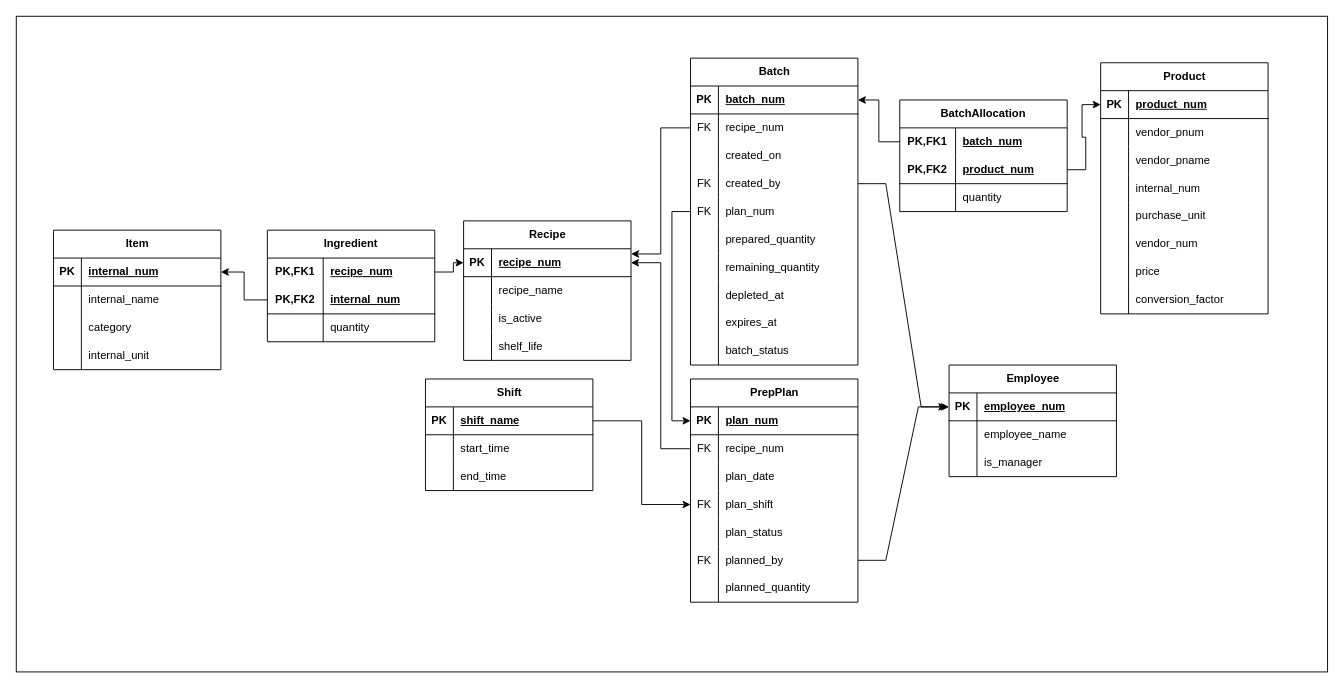
Earlier version of the draw.io diagram Documentation/Diagrams/recipe_system.drawio (00jeremy00/Food_Inventory). Source tidied: cells renumbered, new cells numbered last; positions are measured from the earlier drawing's top-left corner, leaving out a move shared by most shapes. Both pictures are drawn from the tidied source at 93%, with x=0, y=0 at pixel (16, 16).
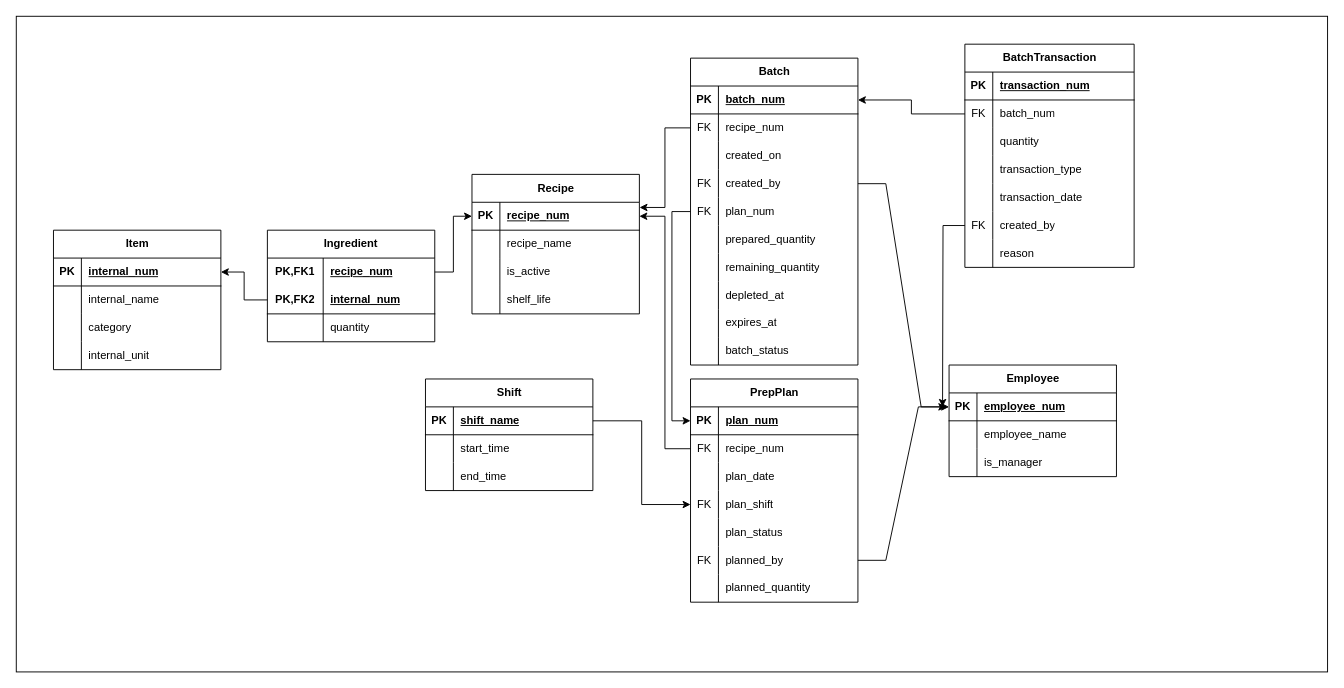
The same page after the edit.

Commit message (it also covers changes not shown here):
updated diagrams to have yield and recipe units

The change refers to these unchanged cells:
```xml
<mxCell id="82" style="shape=tableRow;horizontal=0;startSize=0;swimlaneHead=0;swimlaneBody=0;fillColor=none;points=[[0,0.5],[1,0.5]];portConstraint=eastwest;top=0;left=0;right=0;bottom=1;swimlaneLine=1;" parent="81" vertex="1">
  <mxGeometry y="30" width="180" height="30" as="geometry" />
</mxCell>
```

Change to the diagram source:
```diff
@@
     <mxCell id="13" value="Recipe" style="shape=table;startSize=30;childLayout=tableLayout;rowLines=0;fontStyle=1;align=center;html=1;swimlaneLine=1;" parent="1" vertex="1">
-      <mxGeometry x="481" y="220" width="180" height="150" as="geometry" />
+      <mxGeometry x="490" y="170" width="180" height="150" as="geometry" />
     </mxCell>
@@
-    <mxCell id="112" value="Product" style="shape=table;startSize=30;childLayout=tableLayout;rowLines=0;fontStyle=1;align=center;html=1;swimlaneLine=1;" parent="1" vertex="1">
-      <mxGeometry x="1166" y="50" width="180" height="270" as="geometry" />
-    </mxCell>
-    <mxCell id="113" style="shape=tableRow;horizontal=0;startSize=0;swimlaneHead=0;swimlaneBody=0;fillColor=none;points=[[0,0.5],[1,0.5]];portConstraint=eastwest;top=0;left=0;right=0;bottom=1;swimlaneLine=1;" parent="112" vertex="1">
-      <mxGeometry y="30" width="180" height="30" as="geometry" />
-    </mxCell>
-    <mxCell id="114" value="PK" style="shape=partialRectangle;fillColor=none;top=0;left=0;bottom=0;right=0;fontStyle=1;overflow=hidden;whiteSpace=wrap;html=1;swimlaneLine=1;" parent="113" vertex="1">
-      <mxGeometry width="30" height="30" as="geometry" />
-    </mxCell>
-    <mxCell id="115" value="product_num" style="shape=partialRectangle;fillColor=none;top=0;left=0;bottom=0;right=0;align=left;spacingLeft=6;fontStyle=5;overflow=hidden;whiteSpace=wrap;html=1;swimlaneLine=1;" parent="113" vertex="1">
-      <mxGeometry x="30" width="150" height="30" as="geometry" />
-    </mxCell>
-    <mxCell id="116" style="shape=tableRow;horizontal=0;startSize=0;swimlaneHead=0;swimlaneBody=0;fillColor=none;top=0;left=0;right=0;bottom=0;swimlaneLine=1;" parent="112" vertex="1">
-      <mxGeometry y="60" width="180" height="30" as="geometry" />
-    </mxCell>
-    <mxCell id="117" style="shape=partialRectangle;fillColor=none;top=0;left=0;bottom=0;right=0;overflow=hidden;whiteSpace=wrap;html=1;swimlaneLine=1;" parent="116" vertex="1">
-      <mxGeometry width="30" height="30" as="geometry" />
-    </mxCell>
-    <mxCell id="118" value="vendor_pnum" style="shape=partialRectangle;fillColor=none;top=0;left=0;bottom=0;right=0;align=left;spacingLeft=6;overflow=hidden;whiteSpace=wrap;html=1;swimlaneLine=1;" parent="116" vertex="1">
-      <mxGeometry x="30" width="150" height="30" as="geometry" />
-    </mxCell>
-    <mxCell id="119" style="shape=tableRow;horizontal=0;startSize=0;swimlaneHead=0;swimlaneBody=0;fillColor=none;top=0;left=0;right=0;bottom=0;swimlaneLine=1;" parent="112" vertex="1">
-      <mxGeometry y="90" width="180" height="30" as="geometry" />
-    </mxCell>
-    <mxCell id="120" style="shape=partialRectangle;fillColor=none;top=0;left=0;bottom=0;right=0;overflow=hidden;whiteSpace=wrap;html=1;swimlaneLine=1;" parent="119" vertex="1">
-      <mxGeometry width="30" height="30" as="geometry" />
-    </mxCell>
-    <mxCell id="121" value="vendor_pname" style="shape=partialRectangle;fillColor=none;top=0;left=0;bottom=0;right=0;align=left;spacingLeft=6;overflow=hidden;whiteSpace=wrap;html=1;swimlaneLine=1;" parent="119" vertex="1">
-      <mxGeometry x="30" width="150" height="30" as="geometry" />
-    </mxCell>
-    <mxCell id="122" style="shape=tableRow;horizontal=0;startSize=0;swimlaneHead=0;swimlaneBody=0;fillColor=none;top=0;left=0;right=0;bottom=0;swimlaneLine=1;" parent="112" vertex="1">
-      <mxGeometry y="120" width="180" height="30" as="geometry" />
-    </mxCell>
-    <mxCell id="123" style="shape=partialRectangle;fillColor=none;top=0;left=0;bottom=0;right=0;overflow=hidden;whiteSpace=wrap;html=1;swimlaneLine=1;" parent="122" vertex="1">
-      <mxGeometry width="30" height="30" as="geometry" />
-    </mxCell>
-    <mxCell id="124" value="internal_num" style="shape=partialRectangle;fillColor=none;top=0;left=0;bottom=0;right=0;align=left;spacingLeft=6;overflow=hidden;whiteSpace=wrap;html=1;swimlaneLine=1;" parent="122" vertex="1">
-      <mxGeometry x="30" width="150" height="30" as="geometry" />
-    </mxCell>
-    <mxCell id="125" style="shape=tableRow;horizontal=0;startSize=0;swimlaneHead=0;swimlaneBody=0;fillColor=none;top=0;left=0;right=0;bottom=0;swimlaneLine=1;" parent="112" vertex="1">
-      <mxGeometry y="150" width="180" height="30" as="geometry" />
-    </mxCell>
-    <mxCell id="126" style="shape=partialRectangle;fillColor=none;top=0;left=0;bottom=0;right=0;overflow=hidden;whiteSpace=wrap;html=1;swimlaneLine=1;" parent="125" vertex="1">
-      <mxGeometry width="30" height="30" as="geometry" />
-    </mxCell>
-    <mxCell id="127" value="purchase_unit" style="shape=partialRectangle;fillColor=none;top=0;left=0;bottom=0;right=0;align=left;spacingLeft=6;overflow=hidden;whiteSpace=wrap;html=1;swimlaneLine=1;" parent="125" vertex="1">
-      <mxGeometry x="30" width="150" height="30" as="geometry" />
-    </mxCell>
-    <mxCell id="128" style="shape=tableRow;horizontal=0;startSize=0;swimlaneHead=0;swimlaneBody=0;fillColor=none;top=0;left=0;right=0;bottom=0;swimlaneLine=1;" parent="112" vertex="1">
-      <mxGeometry y="180" width="180" height="30" as="geometry" />
-    </mxCell>
-    <mxCell id="129" style="shape=partialRectangle;fillColor=none;top=0;left=0;bottom=0;right=0;overflow=hidden;whiteSpace=wrap;html=1;swimlaneLine=1;" parent="128" vertex="1">
-      <mxGeometry width="30" height="30" as="geometry" />
-    </mxCell>
-    <mxCell id="130" value="vendor_num" style="shape=partialRectangle;fillColor=none;top=0;left=0;bottom=0;right=0;align=left;spacingLeft=6;overflow=hidden;whiteSpace=wrap;html=1;swimlaneLine=1;" parent="128" vertex="1">
-      <mxGeometry x="30" width="150" height="30" as="geometry" />
-    </mxCell>
-    <mxCell id="131" style="shape=tableRow;horizontal=0;startSize=0;swimlaneHead=0;swimlaneBody=0;fillColor=none;top=0;left=0;right=0;bottom=0;swimlaneLine=1;" parent="112" vertex="1">
-      <mxGeometry y="210" width="180" height="30" as="geometry" />
-    </mxCell>
-    <mxCell id="132" style="shape=partialRectangle;fillColor=none;top=0;left=0;bottom=0;right=0;overflow=hidden;whiteSpace=wrap;html=1;swimlaneLine=1;" parent="131" vertex="1">
-      <mxGeometry width="30" height="30" as="geometry" />
-    </mxCell>
-    <mxCell id="133" value="price" style="shape=partialRectangle;fillColor=none;top=0;left=0;bottom=0;right=0;align=left;spacingLeft=6;overflow=hidden;whiteSpace=wrap;html=1;swimlaneLine=1;" parent="131" vertex="1">
-      <mxGeometry x="30" width="150" height="30" as="geometry" />
-    </mxCell>
-    <mxCell id="134" style="shape=tableRow;horizontal=0;startSize=0;swimlaneHead=0;swimlaneBody=0;fillColor=none;top=0;left=0;right=0;bottom=0;swimlaneLine=1;" parent="112" vertex="1">
-      <mxGeometry y="240" width="180" height="30" as="geometry" />
-    </mxCell>
-    <mxCell id="135" style="shape=partialRectangle;fillColor=none;top=0;left=0;bottom=0;right=0;overflow=hidden;whiteSpace=wrap;html=1;swimlaneLine=1;" parent="134" vertex="1">
-      <mxGeometry width="30" height="30" as="geometry" />
-    </mxCell>
-    <mxCell id="136" value="conversion_factor" style="shape=partialRectangle;fillColor=none;top=0;left=0;bottom=0;right=0;align=left;spacingLeft=6;overflow=hidden;whiteSpace=wrap;html=1;swimlaneLine=1;" parent="134" vertex="1">
-      <mxGeometry x="30" width="150" height="30" as="geometry" />
-    </mxCell>
@@
-    <mxCell id="144" value="BatchAllocation" style="shape=table;startSize=30;childLayout=tableLayout;rowLines=0;fontStyle=1;align=center;html=1;whiteSpace=wrap;" parent="1" vertex="1">
-      <mxGeometry x="950" y="90" width="180" height="120" as="geometry" />
-    </mxCell>
-    <mxCell id="145" style="shape=tableRow;horizontal=0;startSize=0;swimlaneHead=0;swimlaneBody=0;fillColor=none;points=[[0,0.5],[1,0.5]];portConstraint=eastwest;top=0;left=0;right=0;bottom=0;html=1;" parent="144" vertex="1">
-      <mxGeometry y="30" width="180" height="30" as="geometry" />
-    </mxCell>
-    <mxCell id="146" value="PK,FK1" style="shape=partialRectangle;fillColor=none;top=0;left=0;bottom=0;right=0;fontStyle=1;overflow=hidden;html=1;whiteSpace=wrap;" parent="145" vertex="1">
-      <mxGeometry width="60" height="30" as="geometry" />
-    </mxCell>
-    <mxCell id="147" value="batch_num" style="shape=partialRectangle;fillColor=none;top=0;left=0;bottom=0;right=0;align=left;spacingLeft=6;fontStyle=5;overflow=hidden;html=1;whiteSpace=wrap;" parent="145" vertex="1">
-      <mxGeometry x="60" width="120" height="30" as="geometry" />
-    </mxCell>
-    <mxCell id="148" style="shape=tableRow;horizontal=0;startSize=0;swimlaneHead=0;swimlaneBody=0;fillColor=none;points=[[0,0.5],[1,0.5]];portConstraint=eastwest;top=0;left=0;right=0;bottom=1;html=1;" parent="144" vertex="1">
-      <mxGeometry y="60" width="180" height="30" as="geometry" />
-    </mxCell>
-    <mxCell id="149" value="PK,FK2" style="shape=partialRectangle;fillColor=none;top=0;left=0;bottom=0;right=0;fontStyle=1;overflow=hidden;html=1;whiteSpace=wrap;" parent="148" vertex="1">
-      <mxGeometry width="60" height="30" as="geometry" />
-    </mxCell>
-    <mxCell id="150" value="product_num" style="shape=partialRectangle;fillColor=none;top=0;left=0;bottom=0;right=0;align=left;spacingLeft=6;fontStyle=5;overflow=hidden;html=1;whiteSpace=wrap;" parent="148" vertex="1">
-      <mxGeometry x="60" width="120" height="30" as="geometry" />
-    </mxCell>
-    <mxCell id="151" style="shape=tableRow;horizontal=0;startSize=0;swimlaneHead=0;swimlaneBody=0;fillColor=none;top=0;left=0;right=0;bottom=0;html=1;" parent="144" vertex="1">
-      <mxGeometry y="90" width="180" height="30" as="geometry" />
-    </mxCell>
-    <mxCell id="152" style="shape=partialRectangle;fillColor=none;top=0;left=0;bottom=0;right=0;overflow=hidden;html=1;whiteSpace=wrap;" parent="151" vertex="1">
-      <mxGeometry width="60" height="30" as="geometry" />
-    </mxCell>
-    <mxCell id="153" value="quantity" style="shape=partialRectangle;fillColor=none;top=0;left=0;bottom=0;right=0;align=left;spacingLeft=6;overflow=hidden;html=1;whiteSpace=wrap;" parent="151" vertex="1">
-      <mxGeometry x="60" width="120" height="30" as="geometry" />
-    </mxCell>
-    <mxCell id="154" style="edgeStyle=orthogonalEdgeStyle;rounded=0;jettySize=auto;html=1;exitX=0;exitY=0.5;exitDx=0;exitDy=0;entryX=1;entryY=0.5;entryDx=0;entryDy=0;" parent="1" edge="1" source="145" target="82">
-      <mxGeometry relative="1" as="geometry" />
-    </mxCell>
-    <mxCell id="155" style="edgeStyle=orthogonalEdgeStyle;rounded=0;jettySize=auto;html=1;exitX=1;exitY=0.5;exitDx=0;exitDy=0;entryX=0;entryY=0.5;entryDx=0;entryDy=0;" parent="1" edge="1" source="148" target="113">
-      <mxGeometry relative="1" as="geometry" />
-    </mxCell>
@@
+    <mxCell id="158" value="BatchTransaction" style="shape=table;startSize=30;childLayout=tableLayout;rowLines=0;fontStyle=1;align=center;html=1;swimlaneLine=1;" parent="1" vertex="1">
+      <mxGeometry x="1020" y="30" width="182" height="240" as="geometry" />
+    </mxCell>
+    <mxCell id="159" style="shape=tableRow;horizontal=0;startSize=0;swimlaneHead=0;swimlaneBody=0;fillColor=none;top=0;left=0;right=0;bottom=1;swimlaneLine=1;" parent="158" vertex="1">
+      <mxGeometry y="30" width="182" height="30" as="geometry" />
+    </mxCell>
+    <mxCell id="114" value="PK" style="shape=partialRectangle;fillColor=none;top=0;left=0;bottom=0;right=0;fontStyle=1;overflow=hidden;whiteSpace=wrap;html=1;swimlaneLine=1;" parent="159" vertex="1">
+      <mxGeometry width="30" height="30" as="geometry" />
+    </mxCell>
+    <mxCell id="160" value="transaction_num" style="shape=partialRectangle;fillColor=none;top=0;left=0;bottom=0;right=0;align=left;spacingLeft=6;fontStyle=5;overflow=hidden;whiteSpace=wrap;html=1;swimlaneLine=1;" parent="159" vertex="1">
+      <mxGeometry x="30" width="152" height="30" as="geometry" />
+    </mxCell>
+    <mxCell id="161" style="shape=tableRow;horizontal=0;startSize=0;swimlaneHead=0;swimlaneBody=0;fillColor=none;points=[[0,0.5],[1,0.5]];portConstraint=eastwest;top=0;left=0;right=0;bottom=0;swimlaneLine=1;" parent="158" vertex="1">
+      <mxGeometry y="60" width="182" height="30" as="geometry" />
+    </mxCell>
+    <mxCell id="162" value="FK" style="shape=partialRectangle;fillColor=none;top=0;left=0;bottom=0;right=0;overflow=hidden;whiteSpace=wrap;html=1;swimlaneLine=1;" parent="161" vertex="1">
+      <mxGeometry width="30" height="30" as="geometry" />
+    </mxCell>
+    <mxCell id="147" value="batch_num" style="shape=partialRectangle;fillColor=none;top=0;left=0;bottom=0;right=0;align=left;spacingLeft=6;overflow=hidden;whiteSpace=wrap;html=1;swimlaneLine=1;" parent="161" vertex="1">
+      <mxGeometry x="30" width="152" height="30" as="geometry" />
+    </mxCell>
+    <mxCell id="163" style="shape=tableRow;horizontal=0;startSize=0;swimlaneHead=0;swimlaneBody=0;fillColor=none;top=0;left=0;right=0;bottom=0;swimlaneLine=1;" parent="158" vertex="1">
+      <mxGeometry y="90" width="182" height="30" as="geometry" />
+    </mxCell>
+    <mxCell id="164" style="shape=partialRectangle;fillColor=none;top=0;left=0;bottom=0;right=0;overflow=hidden;whiteSpace=wrap;html=1;swimlaneLine=1;" parent="163" vertex="1">
+      <mxGeometry width="30" height="30" as="geometry" />
+    </mxCell>
+    <mxCell id="153" value="quantity" style="shape=partialRectangle;fillColor=none;top=0;left=0;bottom=0;right=0;align=left;spacingLeft=6;overflow=hidden;whiteSpace=wrap;html=1;swimlaneLine=1;" parent="163" vertex="1">
+      <mxGeometry x="30" width="152" height="30" as="geometry" />
+    </mxCell>
+    <mxCell id="165" style="shape=tableRow;horizontal=0;startSize=0;swimlaneHead=0;swimlaneBody=0;fillColor=none;top=0;left=0;right=0;bottom=0;swimlaneLine=1;" parent="158" vertex="1">
+      <mxGeometry y="120" width="182" height="30" as="geometry" />
+    </mxCell>
+    <mxCell id="166" style="shape=partialRectangle;fillColor=none;top=0;left=0;bottom=0;right=0;overflow=hidden;whiteSpace=wrap;html=1;swimlaneLine=1;" parent="165" vertex="1">
+      <mxGeometry width="30" height="30" as="geometry" />
+    </mxCell>
+    <mxCell id="167" value="transaction_type" style="shape=partialRectangle;fillColor=none;top=0;left=0;bottom=0;right=0;align=left;spacingLeft=6;overflow=hidden;whiteSpace=wrap;html=1;swimlaneLine=1;" parent="165" vertex="1">
+      <mxGeometry x="30" width="152" height="30" as="geometry" />
+    </mxCell>
+    <mxCell id="168" style="shape=tableRow;horizontal=0;startSize=0;swimlaneHead=0;swimlaneBody=0;fillColor=none;top=0;left=0;right=0;bottom=0;swimlaneLine=1;" parent="158" vertex="1">
+      <mxGeometry y="150" width="182" height="30" as="geometry" />
+    </mxCell>
+    <mxCell id="169" style="shape=partialRectangle;fillColor=none;top=0;left=0;bottom=0;right=0;overflow=hidden;whiteSpace=wrap;html=1;swimlaneLine=1;" parent="168" vertex="1">
+      <mxGeometry width="30" height="30" as="geometry" />
+    </mxCell>
+    <mxCell id="170" value="transaction_date" style="shape=partialRectangle;fillColor=none;top=0;left=0;bottom=0;right=0;align=left;spacingLeft=6;overflow=hidden;whiteSpace=wrap;html=1;swimlaneLine=1;" parent="168" vertex="1">
+      <mxGeometry x="30" width="152" height="30" as="geometry" />
+    </mxCell>
+    <mxCell id="171" style="shape=tableRow;horizontal=0;startSize=0;swimlaneHead=0;swimlaneBody=0;fillColor=none;points=[[0,0.5],[1,0.5]];portConstraint=eastwest;top=0;left=0;right=0;bottom=0;swimlaneLine=1;" parent="158" vertex="1">
+      <mxGeometry y="180" width="182" height="30" as="geometry" />
+    </mxCell>
+    <mxCell id="172" value="FK" style="shape=partialRectangle;fillColor=none;top=0;left=0;bottom=0;right=0;overflow=hidden;whiteSpace=wrap;html=1;swimlaneLine=1;" parent="171" vertex="1">
+      <mxGeometry width="30" height="30" as="geometry" />
+    </mxCell>
+    <mxCell id="173" value="created_by" style="shape=partialRectangle;fillColor=none;top=0;left=0;bottom=0;right=0;align=left;spacingLeft=6;overflow=hidden;whiteSpace=wrap;html=1;swimlaneLine=1;" parent="171" vertex="1">
+      <mxGeometry x="30" width="152" height="30" as="geometry" />
+    </mxCell>
+    <mxCell id="174" style="shape=tableRow;horizontal=0;startSize=0;swimlaneHead=0;swimlaneBody=0;fillColor=none;top=0;left=0;right=0;bottom=0;swimlaneLine=1;" parent="158" vertex="1">
+      <mxGeometry y="210" width="182" height="30" as="geometry" />
+    </mxCell>
+    <mxCell id="175" style="shape=partialRectangle;fillColor=none;top=0;left=0;bottom=0;right=0;overflow=hidden;whiteSpace=wrap;html=1;swimlaneLine=1;" parent="174" vertex="1">
+      <mxGeometry width="30" height="30" as="geometry" />
+    </mxCell>
+    <mxCell id="176" value="reason" style="shape=partialRectangle;fillColor=none;top=0;left=0;bottom=0;right=0;align=left;spacingLeft=6;overflow=hidden;whiteSpace=wrap;html=1;swimlaneLine=1;" parent="174" vertex="1">
+      <mxGeometry x="30" width="152" height="30" as="geometry" />
+    </mxCell>
+    <mxCell id="177" style="edgeStyle=orthogonalEdgeStyle;rounded=0;jettySize=auto;html=1;entryX=1;entryY=0.5;entryDx=0;entryDy=0;" parent="1" edge="1" source="161" target="82">
+      <mxGeometry relative="1" as="geometry" />
+    </mxCell>
+    <mxCell id="178" style="edgeStyle=orthogonalEdgeStyle;rounded=0;jettySize=auto;html=1;exitX=0;exitY=0.5;exitDx=0;exitDy=0;" parent="1" edge="1" source="171">
+      <mxGeometry relative="1" as="geometry">
+        <mxPoint x="996" y="420" as="targetPoint" />
+      </mxGeometry>
+    </mxCell>
```
